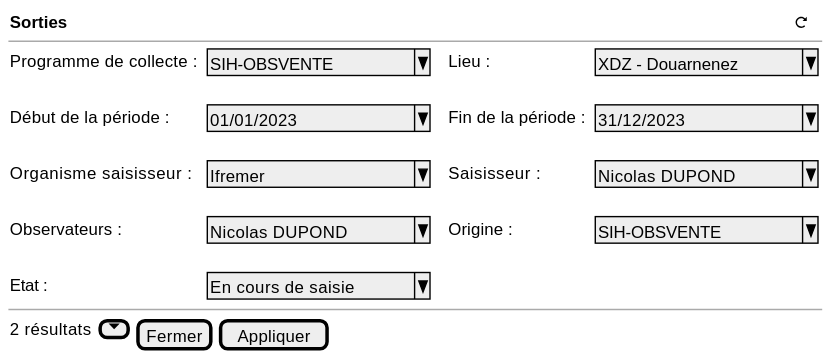
Above: projects/obsvente/spe/images/observed-location-table-filters.svg in sumaris-net/sumaris-doc (PlantUML), before the change.
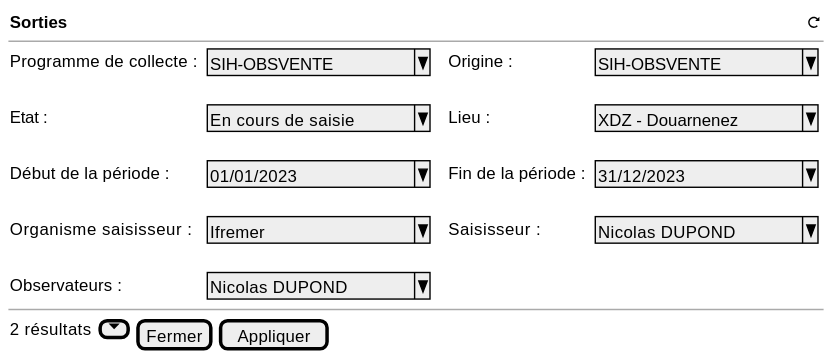
After the commit.

Commit message:
MAJ suite au daily du 20/03 sur l'origine des données

Change to the diagram source:
```diff
@@ -1,19 +1,20 @@
 @startsalt
 {
 
-  {<b>Sorties                                                                                                                                                                             <&reload>}
+  {<b>Sorties                                                                                                                                                                                <&reload>}
    --
 
     {
-        Programme de collecte : | . | ^ SIH-OBSVENTE     ^ | . | . | Lieu : | . | ^ XDZ - Douarnenez ^
+        Programme de collecte : | . | ^ SIH-OBSVENTE     ^ |  . | . | Origine :   | . | ^SIH-OBSVENTE      ^
+        .
+        Etat :   | . | ^En cours de saisie^ | . | . | Lieu : | . | ^ XDZ - Douarnenez ^
         .
         Début de la période : | . | ^01/01/2023        ^ | . | . | Fin de la période : | . | ^31/12/2023        ^
         .
         Organisme saisisseur :   | . | ^ Ifremer          ^ |  . | . | Saisisseur :   | . | ^ Nicolas DUPOND   ^
         .
-        Observateurs : | . | ^ Nicolas DUPOND   ^ |  . | . | Origine :   | . | ^SIH-OBSVENTE      ^
-        .
-        Etat :   | . | ^En cours de saisie^
+        Observateurs : | . | ^ Nicolas DUPOND   ^
+
     }
 
   --
```
